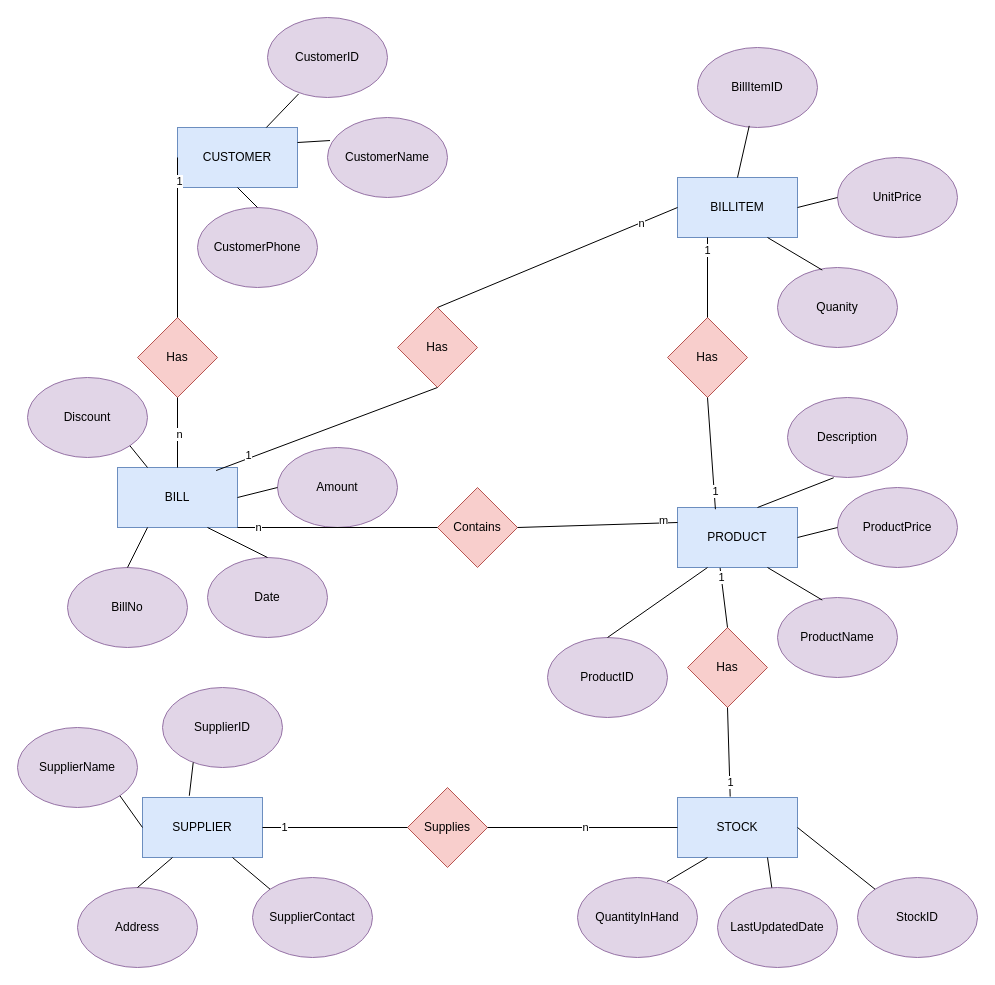
Above: Day 18/ShopERDiagram/ShopERDiagram.drawio in venkatsp17/Training (draw.io), before the change. Source tidied: cells renumbered, new cells numbered last; positions are measured from the earlier drawing's top-left corner, leaving out a move shared by most shapes. Both pictures are drawn from the tidied source at 100%, with x=0, y=0 at pixel (17, 17).
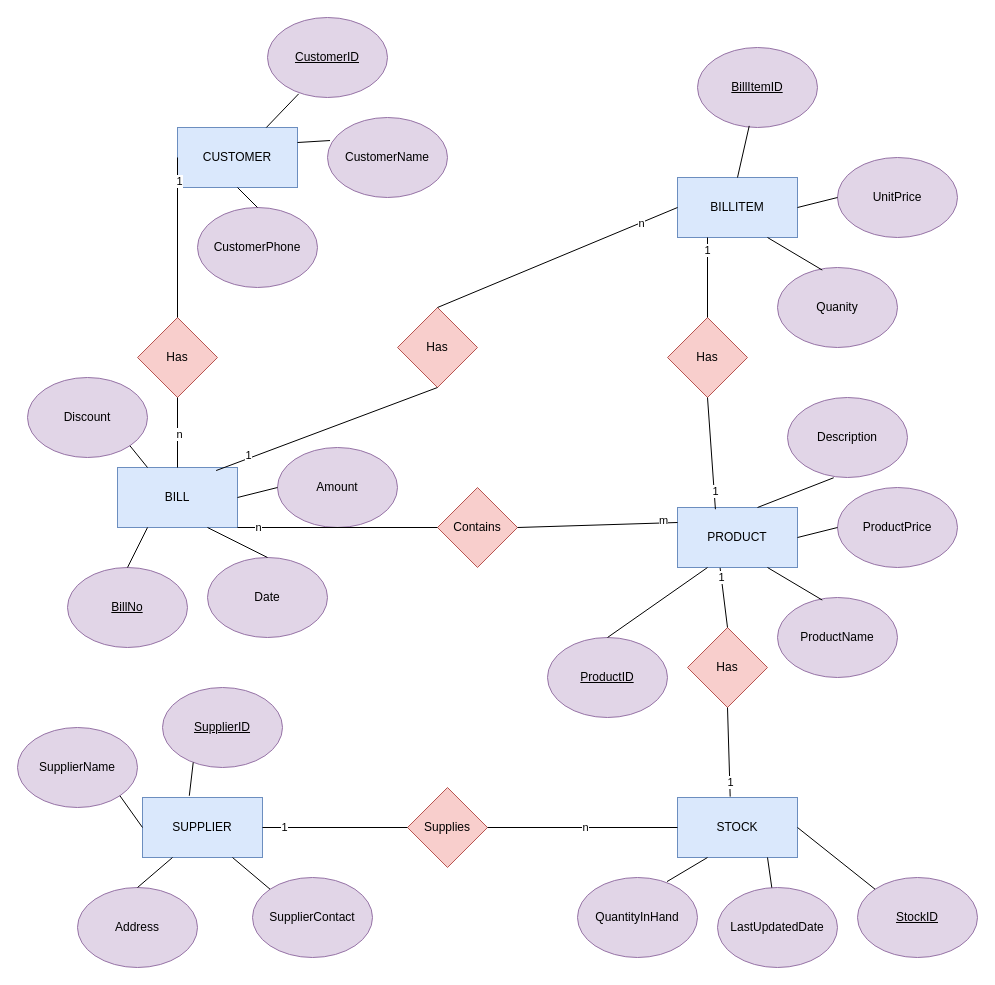
Above is the later version.

Unchanged cells that the change refers to:
```xml
<mxCell id="2" style="group;" parent="1" vertex="1">
  <mxGeometry x="10" y="360" width="370" height="270" as="geometry" />
</mxCell>
<mxCell id="12" style="group;" parent="1" vertex="1">
  <mxGeometry x="160" width="270" height="270" as="geometry" />
</mxCell>
<mxCell id="20" style="group;" parent="1" vertex="1">
  <mxGeometry x="60" y="670" width="335" height="280" as="geometry" />
</mxCell>
<mxCell id="28" style="group;" parent="1" vertex="1">
  <mxGeometry x="560" y="780" width="400" height="170" as="geometry" />
</mxCell>
<mxCell id="36" style="group;" parent="1" vertex="1">
  <mxGeometry x="500" y="470" width="440" height="220" as="geometry" />
</mxCell>
```

Diff of the diagram source:
```diff
@@
-    <mxCell id="4" value="BillNo" style="ellipse;whiteSpace=wrap;html=1;fillColor=#e1d5e7;strokeColor=#9673a6;" parent="2" vertex="1">
+    <mxCell id="4" value="&lt;u&gt;BillNo&lt;/u&gt;" style="ellipse;whiteSpace=wrap;html=1;fillColor=#e1d5e7;strokeColor=#9673a6;" parent="2" vertex="1">
       <mxGeometry x="40" y="190" width="120" height="80" as="geometry" />
     </mxCell>
@@
-    <mxCell id="14" value="CustomerID" style="ellipse;whiteSpace=wrap;html=1;strokeColor=#9673a6;fillColor=#e1d5e7;" parent="12" vertex="1">
+    <mxCell id="14" value="&lt;u&gt;CustomerID&lt;/u&gt;" style="ellipse;whiteSpace=wrap;html=1;strokeColor=#9673a6;fillColor=#e1d5e7;" parent="12" vertex="1">
       <mxGeometry x="90" width="120" height="80" as="geometry" />
     </mxCell>
@@
-    <mxCell id="22" value="SupplierID" style="ellipse;whiteSpace=wrap;html=1;fillColor=#e1d5e7;strokeColor=#9673a6;" parent="20" vertex="1">
+    <mxCell id="22" value="&lt;u&gt;SupplierID&lt;/u&gt;" style="ellipse;whiteSpace=wrap;html=1;fillColor=#e1d5e7;strokeColor=#9673a6;" parent="20" vertex="1">
       <mxGeometry x="85" width="120" height="80" as="geometry" />
     </mxCell>
@@
-    <mxCell id="34" value="StockID" style="ellipse;whiteSpace=wrap;html=1;strokeColor=#9673a6;fillColor=#e1d5e7;" parent="28" vertex="1">
+    <mxCell id="34" value="&lt;u&gt;StockID&lt;/u&gt;" style="ellipse;whiteSpace=wrap;html=1;strokeColor=#9673a6;fillColor=#e1d5e7;" parent="28" vertex="1">
       <mxGeometry x="280" y="80" width="120" height="80" as="geometry" />
     </mxCell>
@@
-    <mxCell id="38" value="ProductID" style="ellipse;whiteSpace=wrap;html=1;fillColor=#e1d5e7;strokeColor=#9673a6;" parent="36" vertex="1">
+    <mxCell id="38" value="&lt;u&gt;ProductID&lt;/u&gt;" style="ellipse;whiteSpace=wrap;html=1;fillColor=#e1d5e7;strokeColor=#9673a6;" parent="36" vertex="1">
       <mxGeometry x="30" y="150" width="120" height="80" as="geometry" />
     </mxCell>
@@
-    <mxCell id="82" value="BillItemID" style="ellipse;whiteSpace=wrap;html=1;fillColor=#e1d5e7;strokeColor=#9673a6;" parent="1" vertex="1">
+    <mxCell id="82" value="&lt;p style=&quot;line-height: 120%;&quot;&gt;&lt;u&gt;BillItemID&lt;/u&gt;&lt;/p&gt;" style="ellipse;whiteSpace=wrap;html=1;fillColor=#e1d5e7;strokeColor=#9673a6;" parent="1" vertex="1">
       <mxGeometry x="680" y="30" width="120" height="80" as="geometry" />
     </mxCell>
```
